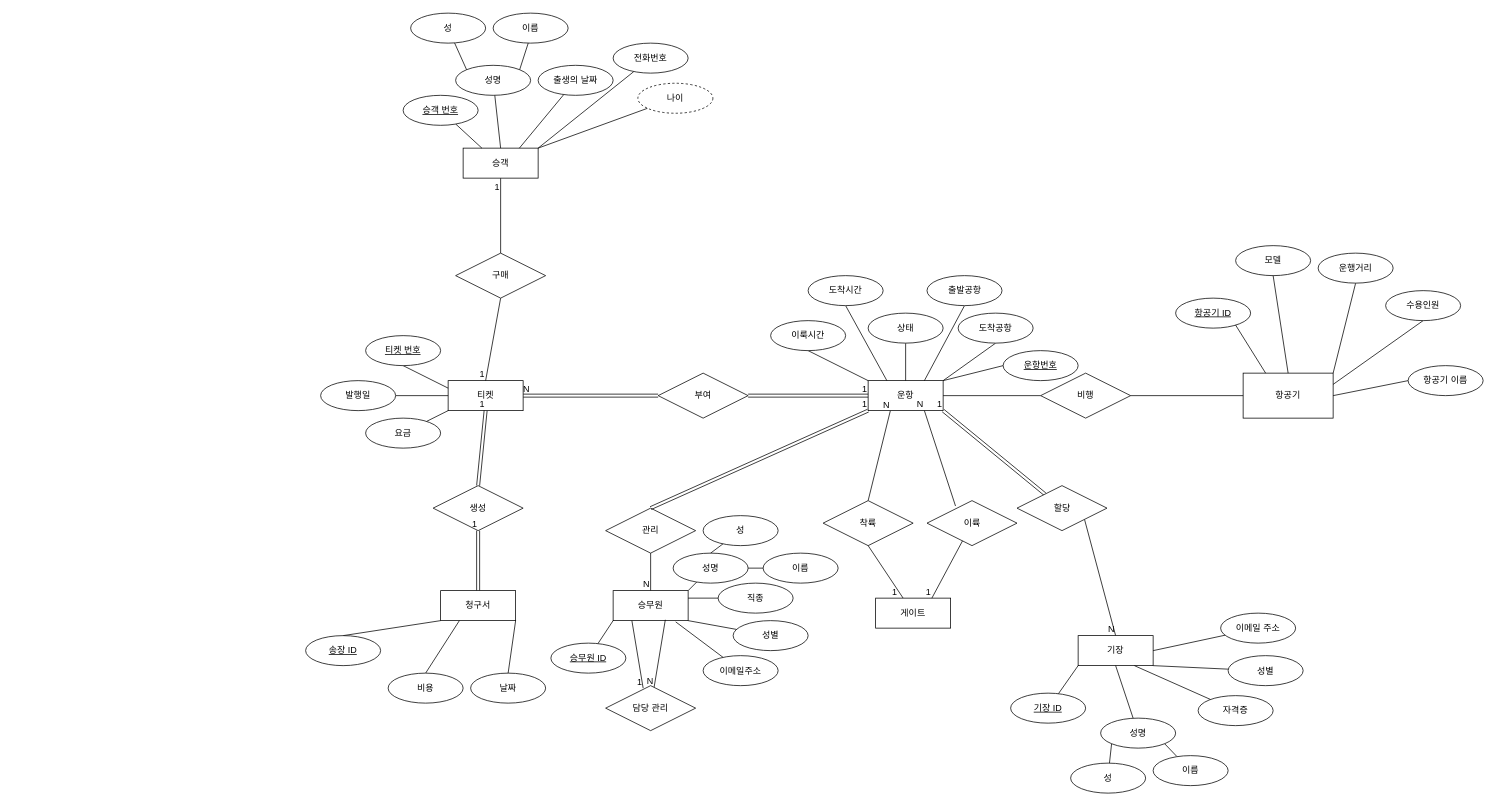
soupissalt/Festival keeps this draw.io diagram as 공항.drawio. Above is the earlier version. Source tidied: cells renumbered, new cells numbered last; positions are measured from the earlier drawing's top-left corner, leaving out a move shared by most shapes. Both pictures are drawn from the tidied source at 75%, with x=0, y=0 at pixel (305, 13).
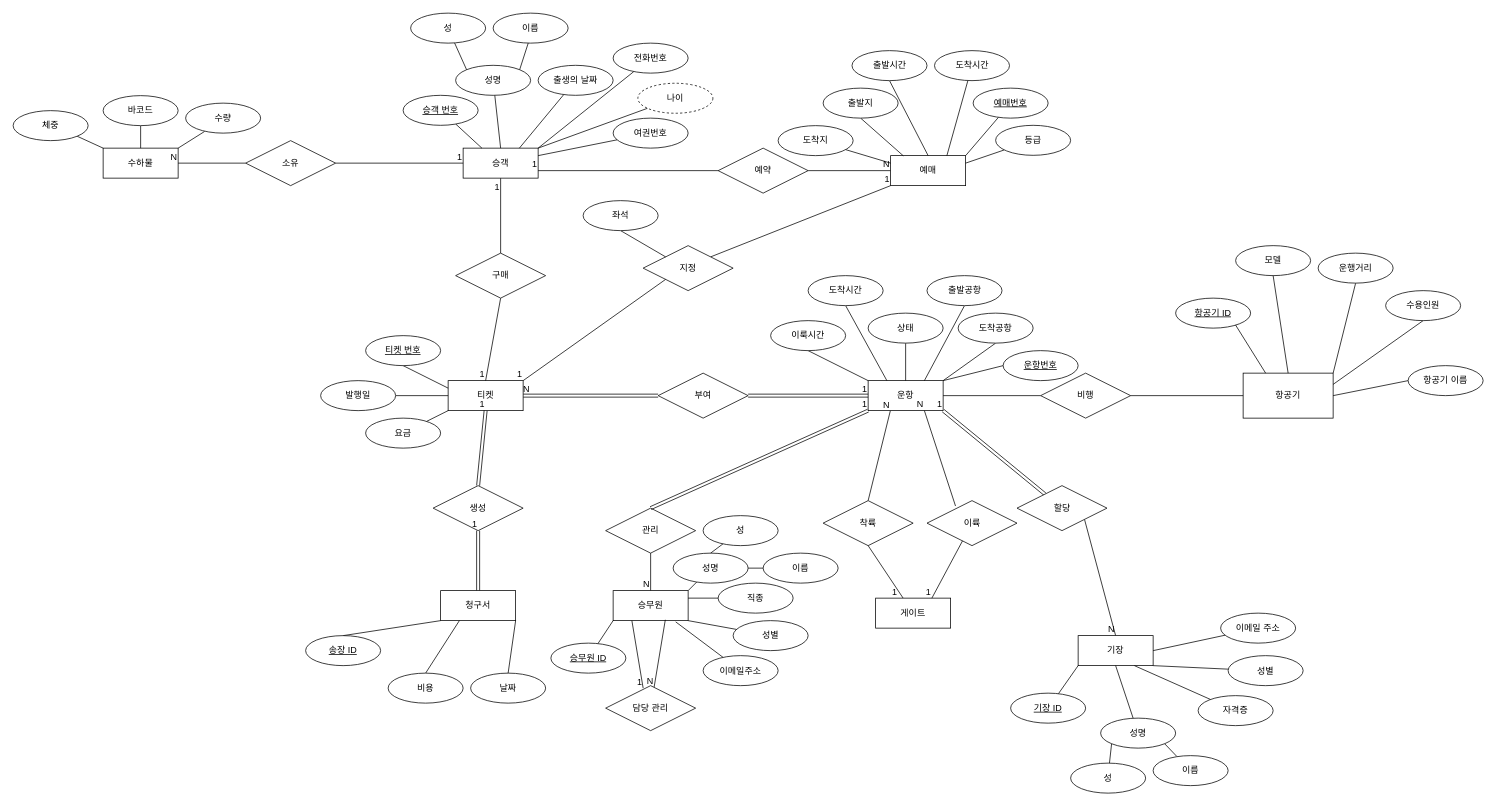
The same diagram, later.

Commit message (it also covers changes not shown here):
공항.drawio 업데이트

The change refers to these unchanged cells:
```xml
<mxCell id="86" value="티켓" style="whiteSpace=wrap;html=1;align=center;" parent="1" vertex="1">
  <mxGeometry x="190" y="490" width="100" height="40" as="geometry" />
</mxCell>
<mxCell id="114" value="승객" style="whiteSpace=wrap;html=1;align=center;" parent="1" vertex="1">
  <mxGeometry x="210" y="180" width="100" height="40" as="geometry" />
</mxCell>
```

Diff of the diagram source:
```diff
@@
+    <mxCell id="129" style="endArrow=none;html=1;rounded=0;exitX=1;exitY=0.25;exitDx=0;exitDy=0;" parent="1" edge="1" source="114" target="130">
+      <mxGeometry relative="1" as="geometry" />
+    </mxCell>
+    <mxCell id="130" value="여권번호" style="ellipse;whiteSpace=wrap;html=1;align=center;" parent="1" vertex="1">
+      <mxGeometry x="410" y="140" width="100" height="40" as="geometry" />
+    </mxCell>
+    <mxCell id="131" style="endArrow=none;html=1;rounded=0;entryX=1;entryY=0.75;entryDx=0;entryDy=0;exitX=0;exitY=0.5;exitDx=0;exitDy=0;" parent="1" edge="1" source="145" target="114">
+      <mxGeometry relative="1" as="geometry" />
+    </mxCell>
+    <mxCell id="132" value="1" style="html=1;whiteSpace=wrap;align=right;verticalAlign=bottom;" parent="131" vertex="1">
+      <mxGeometry x="1" relative="1" as="geometry" />
+    </mxCell>
+    <mxCell id="133" style="endArrow=none;html=1;rounded=0;entryX=0;entryY=0.5;entryDx=0;entryDy=0;exitX=1;exitY=0.5;exitDx=0;exitDy=0;" parent="1" edge="1" source="135" target="114">
+      <mxGeometry relative="1" as="geometry" />
+    </mxCell>
+    <mxCell id="134" value="1" style="html=1;whiteSpace=wrap;align=right;verticalAlign=bottom;" parent="133" vertex="1">
+      <mxGeometry x="1" relative="1" as="geometry" />
+    </mxCell>
+    <mxCell id="135" value="소유" style="shape=rhombus;perimeter=rhombusPerimeter;whiteSpace=wrap;html=1;align=center;" parent="1" vertex="1">
+      <mxGeometry x="-80" y="170" width="120" height="60" as="geometry" />
+    </mxCell>
+    <mxCell id="136" value="수하물" style="whiteSpace=wrap;html=1;align=center;" parent="1" vertex="1">
+      <mxGeometry x="-270" y="180" width="100" height="40" as="geometry" />
+    </mxCell>
+    <mxCell id="137" style="endArrow=none;html=1;rounded=0;entryX=1;entryY=0.5;entryDx=0;entryDy=0;exitX=0;exitY=0.5;exitDx=0;exitDy=0;" parent="1" edge="1" source="135" target="136">
+      <mxGeometry relative="1" as="geometry" />
+    </mxCell>
+    <mxCell id="138" value="N" style="html=1;whiteSpace=wrap;align=right;verticalAlign=bottom;" parent="137" vertex="1">
+      <mxGeometry x="1" relative="1" as="geometry" />
+    </mxCell>
+    <mxCell id="139" style="endArrow=none;html=1;rounded=0;exitX=1;exitY=0;exitDx=0;exitDy=0;entryX=0.252;entryY=0.946;entryDx=0;entryDy=0;entryPerimeter=0;" parent="1" edge="1" source="136" target="140">
+      <mxGeometry relative="1" as="geometry" />
+    </mxCell>
+    <mxCell id="140" value="수량" style="ellipse;whiteSpace=wrap;html=1;align=center;" parent="1" vertex="1">
+      <mxGeometry x="-160" y="120" width="100" height="40" as="geometry" />
+    </mxCell>
+    <mxCell id="141" style="endArrow=none;html=1;rounded=0;exitX=0.5;exitY=0;exitDx=0;exitDy=0;entryX=0.5;entryY=1;entryDx=0;entryDy=0;" parent="1" edge="1" source="136" target="142">
+      <mxGeometry relative="1" as="geometry" />
+    </mxCell>
+    <mxCell id="142" value="바코드" style="ellipse;whiteSpace=wrap;html=1;align=center;" parent="1" vertex="1">
+      <mxGeometry x="-270" y="110" width="100" height="40" as="geometry" />
+    </mxCell>
+    <mxCell id="143" style="endArrow=none;html=1;rounded=0;exitX=0;exitY=0;exitDx=0;exitDy=0;entryX=1;entryY=1;entryDx=0;entryDy=0;" parent="1" edge="1" source="136" target="144">
+      <mxGeometry relative="1" as="geometry" />
+    </mxCell>
+    <mxCell id="144" value="체중" style="ellipse;whiteSpace=wrap;html=1;align=center;" parent="1" vertex="1">
+      <mxGeometry x="-390" y="130" width="100" height="40" as="geometry" />
+    </mxCell>
+    <mxCell id="145" value="예약" style="shape=rhombus;perimeter=rhombusPerimeter;whiteSpace=wrap;html=1;align=center;" parent="1" vertex="1">
+      <mxGeometry x="550" y="180" width="120" height="60" as="geometry" />
+    </mxCell>
+    <mxCell id="146" style="endArrow=none;html=1;rounded=0;exitX=1;exitY=0.5;exitDx=0;exitDy=0;" parent="1" edge="1" source="145" target="148">
+      <mxGeometry relative="1" as="geometry" />
+    </mxCell>
+    <mxCell id="147" value="N" style="html=1;whiteSpace=wrap;align=right;verticalAlign=bottom;" parent="146" vertex="1">
+      <mxGeometry x="1" relative="1" as="geometry" />
+    </mxCell>
+    <mxCell id="148" value="예매" style="whiteSpace=wrap;html=1;align=center;" parent="1" vertex="1">
+      <mxGeometry x="780" y="190" width="100" height="40" as="geometry" />
+    </mxCell>
+    <mxCell id="149" style="endArrow=none;html=1;rounded=0;exitX=0;exitY=0.25;exitDx=0;exitDy=0;exitPerimeter=0;" parent="1" edge="1" source="148" target="150">
+      <mxGeometry relative="1" as="geometry" />
+    </mxCell>
+    <mxCell id="150" value="도착지" style="ellipse;whiteSpace=wrap;html=1;align=center;" parent="1" vertex="1">
+      <mxGeometry x="630" y="150" width="100" height="40" as="geometry" />
+    </mxCell>
+    <mxCell id="151" style="endArrow=none;html=1;rounded=0;entryX=0.169;entryY=0.006;entryDx=0;entryDy=0;entryPerimeter=0;exitX=0.5;exitY=1;exitDx=0;exitDy=0;" parent="1" edge="1" source="152" target="148">
+      <mxGeometry relative="1" as="geometry" />
+    </mxCell>
+    <mxCell id="152" value="출발지" style="ellipse;whiteSpace=wrap;html=1;align=center;" parent="1" vertex="1">
+      <mxGeometry x="690" y="100" width="100" height="40" as="geometry" />
+    </mxCell>
+    <mxCell id="153" style="endArrow=none;html=1;rounded=0;entryX=0.5;entryY=0;entryDx=0;entryDy=0;exitX=0.5;exitY=1;exitDx=0;exitDy=0;" parent="1" edge="1" source="154" target="148">
+      <mxGeometry relative="1" as="geometry" />
+    </mxCell>
+    <mxCell id="154" value="출발시간" style="ellipse;whiteSpace=wrap;html=1;align=center;" parent="1" vertex="1">
+      <mxGeometry x="728.5" y="50" width="100" height="40" as="geometry" />
+    </mxCell>
+    <mxCell id="155" style="endArrow=none;html=1;rounded=0;exitX=0.75;exitY=0;exitDx=0;exitDy=0;" parent="1" edge="1" source="148" target="156">
+      <mxGeometry relative="1" as="geometry" />
+    </mxCell>
+    <mxCell id="156" value="도착시간" style="ellipse;whiteSpace=wrap;html=1;align=center;" parent="1" vertex="1">
+      <mxGeometry x="838.5" y="50" width="100" height="40" as="geometry" />
+    </mxCell>
+    <mxCell id="157" style="endArrow=none;html=1;rounded=0;exitX=1;exitY=0;exitDx=0;exitDy=0;" parent="1" edge="1" source="148" target="158">
+      <mxGeometry relative="1" as="geometry" />
+    </mxCell>
+    <mxCell id="158" value="예매번호" style="ellipse;whiteSpace=wrap;html=1;align=center;fontStyle=4;" parent="1" vertex="1">
+      <mxGeometry x="890" y="100" width="100" height="40" as="geometry" />
+    </mxCell>
+    <mxCell id="159" style="endArrow=none;html=1;rounded=0;exitX=1;exitY=0.25;exitDx=0;exitDy=0;" parent="1" edge="1" source="148" target="160">
+      <mxGeometry relative="1" as="geometry" />
+    </mxCell>
+    <mxCell id="160" value="등급" style="ellipse;whiteSpace=wrap;html=1;align=center;" parent="1" vertex="1">
+      <mxGeometry x="920" y="149.6" width="100" height="40" as="geometry" />
+    </mxCell>
+    <mxCell id="161" style="endArrow=none;html=1;rounded=0;entryX=0;entryY=1;entryDx=0;entryDy=0;exitX=1;exitY=0;exitDx=0;exitDy=0;" parent="1" edge="1" source="163" target="148">
+      <mxGeometry relative="1" as="geometry" />
+    </mxCell>
+    <mxCell id="162" value="1" style="html=1;whiteSpace=wrap;align=right;verticalAlign=bottom;" parent="161" vertex="1">
+      <mxGeometry x="1" relative="1" as="geometry" />
+    </mxCell>
+    <mxCell id="163" value="지정" style="shape=rhombus;perimeter=rhombusPerimeter;whiteSpace=wrap;html=1;align=center;" parent="1" vertex="1">
+      <mxGeometry x="450" y="310" width="120" height="60" as="geometry" />
+    </mxCell>
+    <mxCell id="164" style="endArrow=none;html=1;rounded=0;entryX=0;entryY=0;entryDx=0;entryDy=0;exitX=0.5;exitY=1;exitDx=0;exitDy=0;" parent="1" edge="1" source="165" target="163">
+      <mxGeometry relative="1" as="geometry" />
+    </mxCell>
+    <mxCell id="165" value="좌석" style="ellipse;whiteSpace=wrap;html=1;align=center;" parent="1" vertex="1">
+      <mxGeometry x="370" y="250" width="100" height="40" as="geometry" />
+    </mxCell>
+    <mxCell id="166" style="endArrow=none;html=1;rounded=0;entryX=1;entryY=0;entryDx=0;entryDy=0;exitX=0;exitY=1;exitDx=0;exitDy=0;" parent="1" edge="1" source="163" target="86">
+      <mxGeometry relative="1" as="geometry" />
+    </mxCell>
+    <mxCell id="167" value="1" style="html=1;whiteSpace=wrap;align=right;verticalAlign=bottom;" parent="166" vertex="1">
+      <mxGeometry x="1" relative="1" as="geometry" />
+    </mxCell>
```
